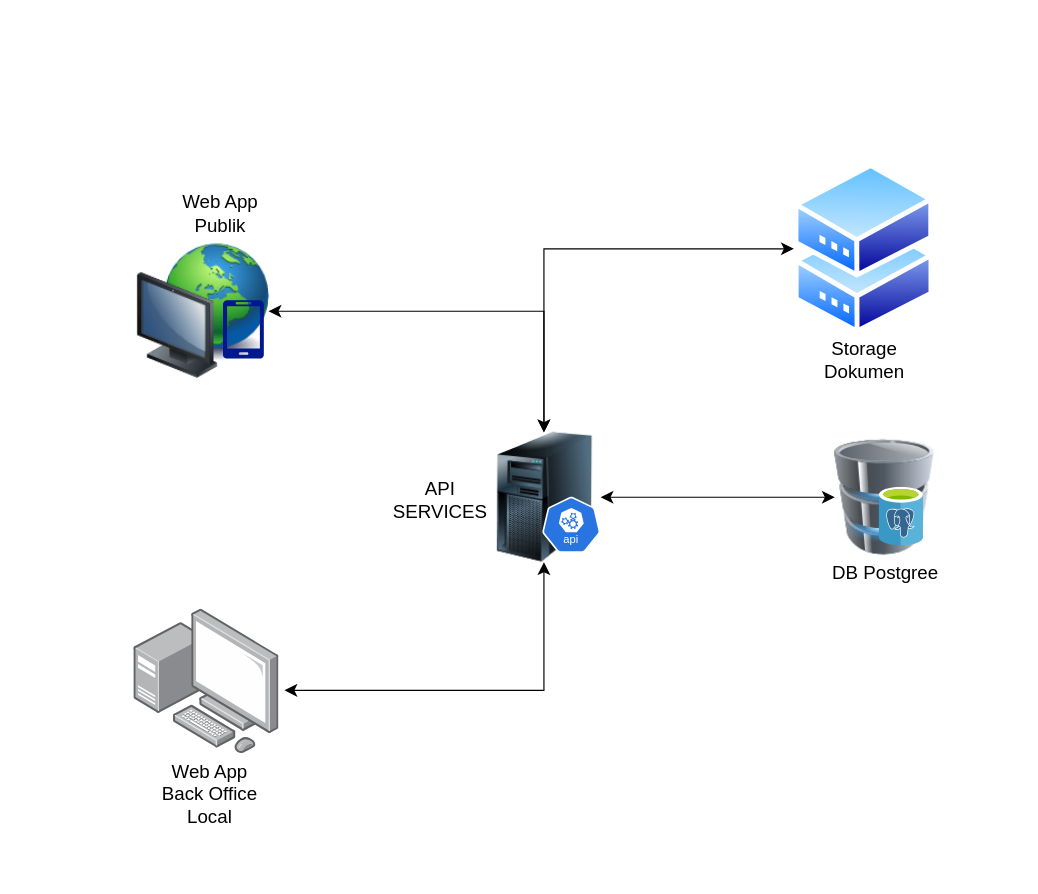
This is Diagram/Arsitektur Aplikasi E-Form Bank Sumut.drawio from frandachi/appdiagrams, a draw.io file, before an edit. Source tidied: cells renumbered, new cells numbered last; positions are measured from the earlier drawing's top-left corner, leaving out a move shared by most shapes. Both pictures are drawn from the tidied source at 117%, with x=0, y=0 at pixel (133, 163).
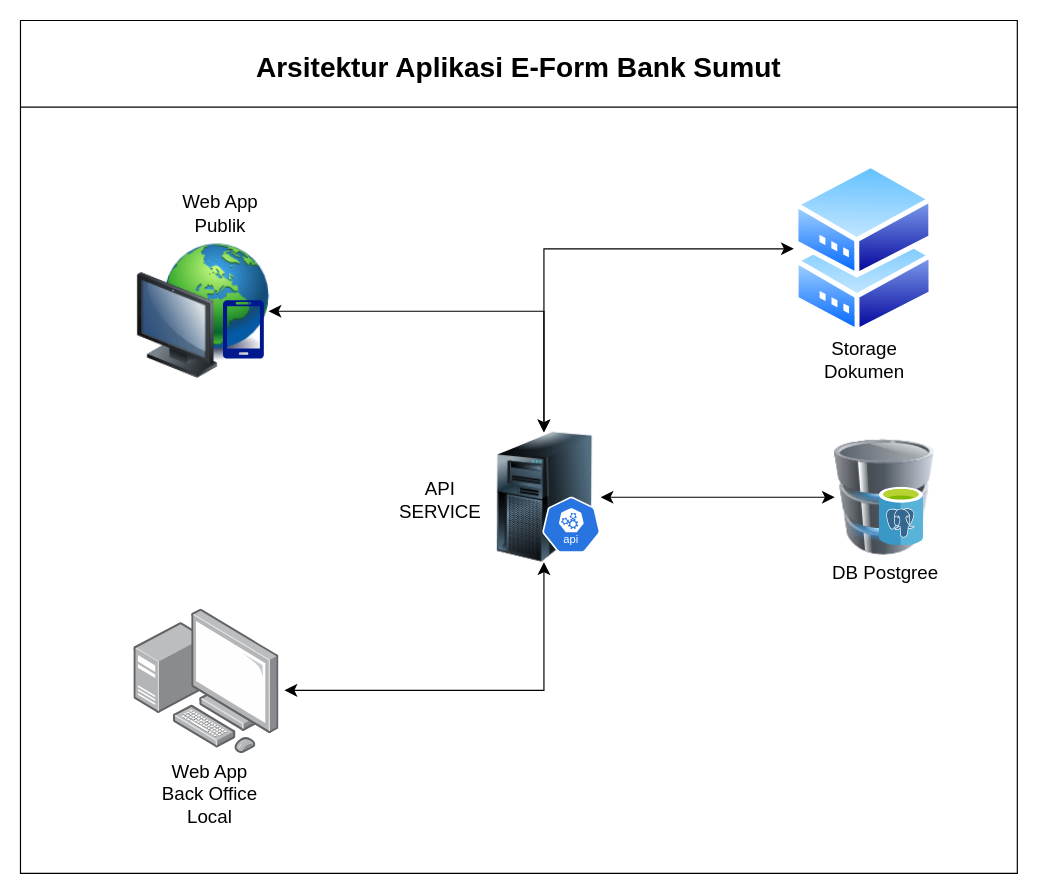
Above is the later version.

The edit, as a diff of the source:
```diff
@@
+    <mxCell id="20" value="Arsitektur Aplikasi E-Form Bank Sumut" style="shape=table;startSize=74;childLayout=tableLayout;fontSize=24;fontStyle=1;spacingTop=2;" parent="1" vertex="1">
+      <mxGeometry x="-97" y="-122" width="852" height="729" as="geometry" />
+    </mxCell>
+    <mxCell id="21" style="shape=tableRow;horizontal=0;startSize=0;swimlaneHead=0;swimlaneBody=0;strokeColor=inherit;top=0;left=0;bottom=0;right=0;fillColor=none;fontSize=16;" parent="20" vertex="1">
+      <mxGeometry y="74" width="852" height="655" as="geometry" />
+    </mxCell>
+    <mxCell id="22" style="shape=partialRectangle;html=1;whiteSpace=wrap;strokeColor=inherit;overflow=hidden;fillColor=none;top=0;left=0;bottom=0;right=0;fontSize=16;" parent="21" vertex="1">
+      <mxGeometry width="852" height="655" as="geometry" />
+    </mxCell>
@@
-    <mxCell id="11" value="API &lt;br&gt;SERVICES" style="text;html=1;strokeColor=none;fillColor=none;align=center;verticalAlign=middle;whiteSpace=wrap;rounded=0;fontSize=16;" parent="1" vertex="1">
+    <mxCell id="11" value="API &lt;br&gt;SERVICE" style="text;html=1;strokeColor=none;fillColor=none;align=center;verticalAlign=middle;whiteSpace=wrap;rounded=0;fontSize=16;" parent="1" vertex="1">
       <mxGeometry x="203" y="269" width="118" height="38" as="geometry" />
     </mxCell>
```
